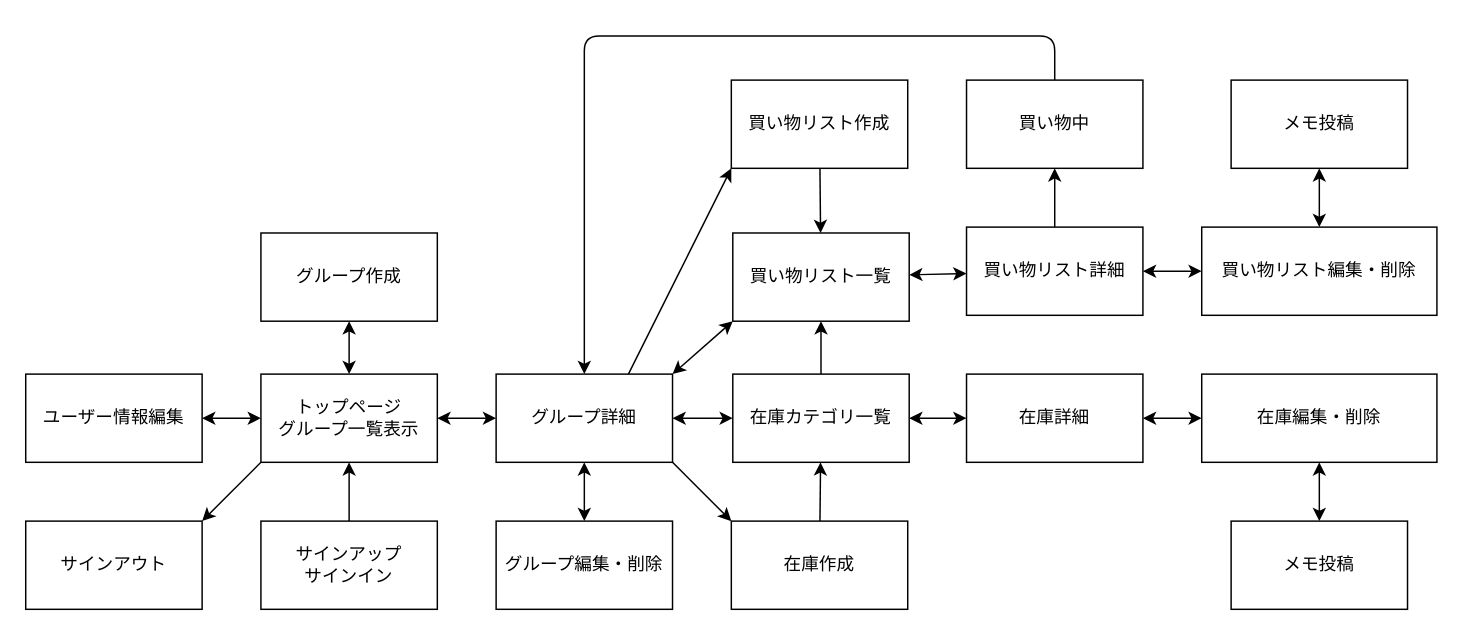
Before: kauzo画面遷移図.drawio in komafuji820/kauzo, a draw.io diagram. Source tidied: cells renumbered, new cells numbered last; positions are measured from the earlier drawing's top-left corner, leaving out a move shared by most shapes. Both pictures are drawn from the tidied source at 147%, with x=0, y=0 at pixel (25, 35).
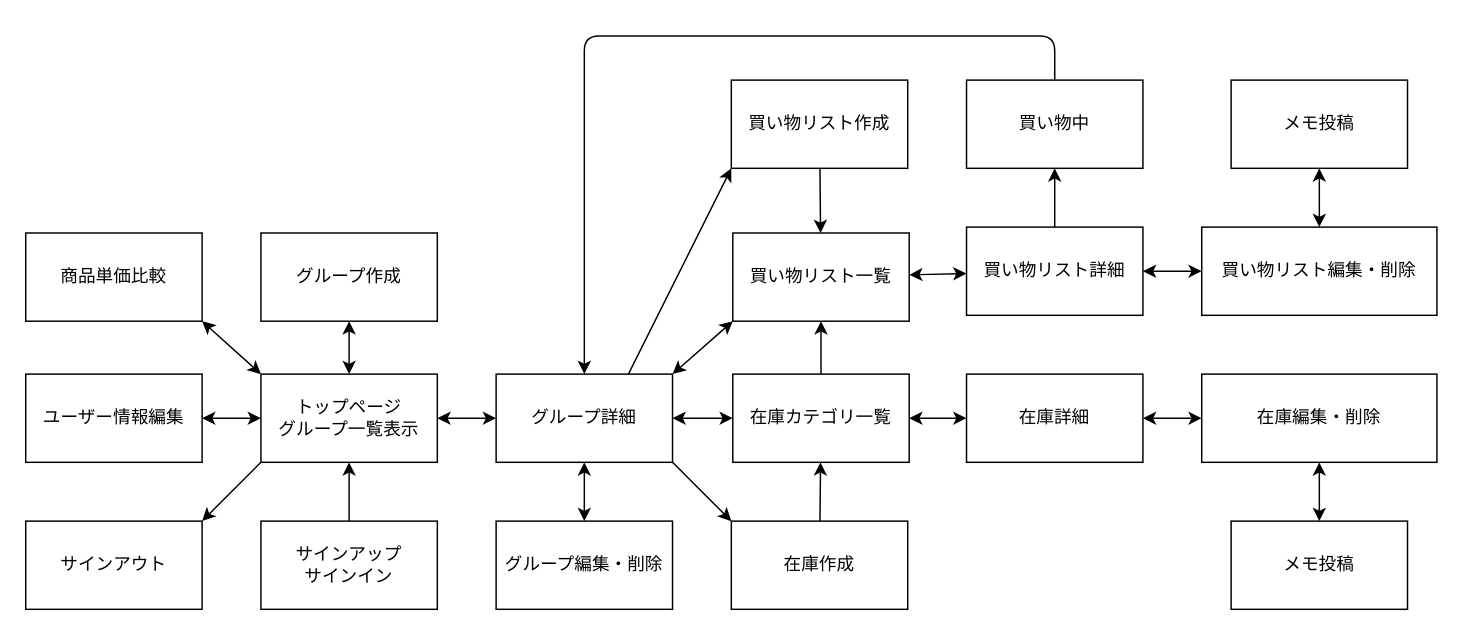
The same diagram, later.

Commit message:
画面遷移図を更新

The change refers to these unchanged cells:
```xml
<mxCell id="5" value="トップページ&lt;br&gt;グループ一覧表示" style="rounded=0;whiteSpace=wrap;html=1;" parent="1" vertex="1">
  <mxGeometry x="160" y="230" width="120" height="60" as="geometry" />
</mxCell>
```

The edit, as a diff of the source:
```diff
@@
+    <mxCell id="41" style="edgeStyle=none;html=1;exitX=0;exitY=0;exitDx=0;exitDy=0;entryX=1;entryY=1;entryDx=0;entryDy=0;startArrow=classic;startFill=1;" parent="1" edge="1" source="5" target="42">
+      <mxGeometry relative="1" as="geometry" />
+    </mxCell>
@@
+    <mxCell id="42" value="商品単価比較" style="rounded=0;whiteSpace=wrap;html=1;" parent="1" vertex="1">
+      <mxGeometry y="134" width="120" height="60" as="geometry" />
+    </mxCell>
```
